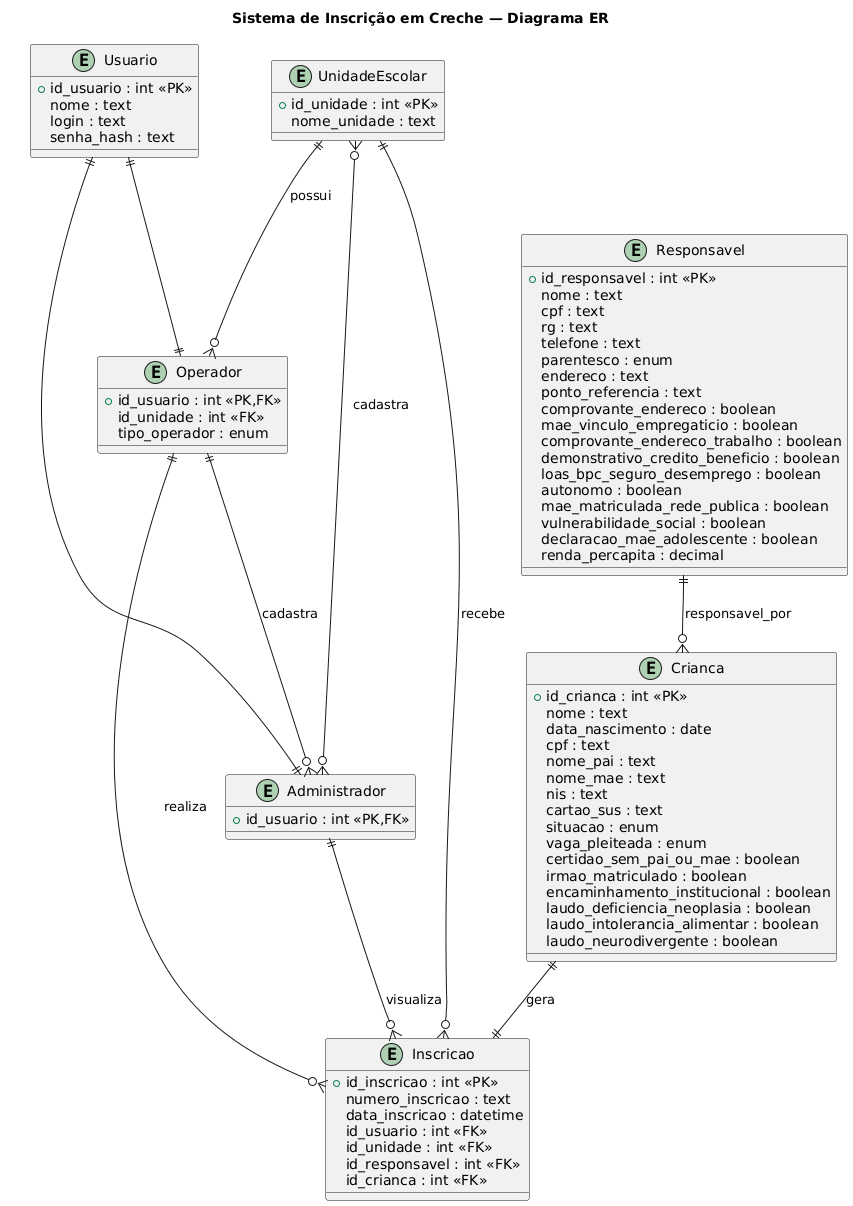
Before: docs/assets/der.png, a diagram exported from PlantUML (maxwelldeveloper7/vagas-creche).
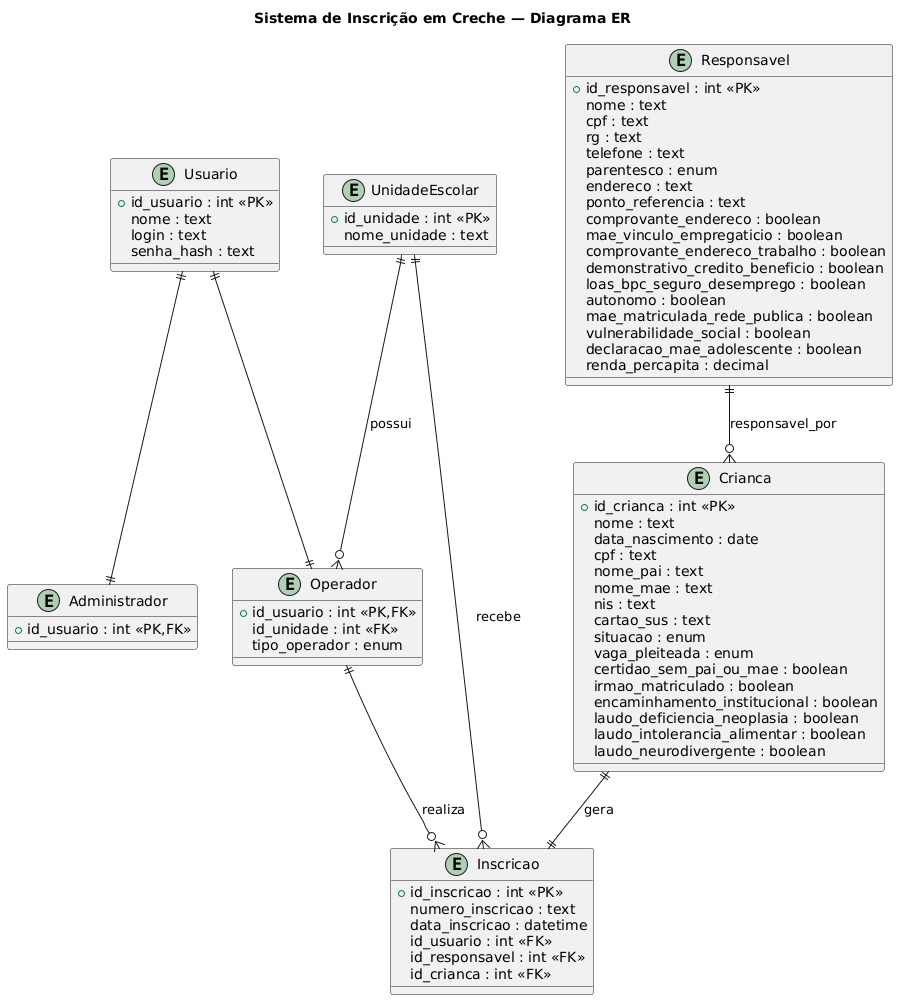
After the change.

The edit, as a diff of the source:
```diff
@@ -68,7 +68,6 @@
   numero_inscricao : text
   data_inscricao : datetime
   id_usuario : int <<FK>>
-  id_unidade : int <<FK>>
   id_responsavel : int <<FK>>
   id_crianca : int <<FK>>
 }
@@ -77,14 +76,11 @@
 Usuario ||--|| Operador
 
 UnidadeEscolar ||--o{ Operador : possui
-UnidadeEscolar }o--o{ Administrador : cadastra
 Operador ||--o{ Inscricao : realiza
-Operador ||--o{ Administrador : cadastra
 
 Responsavel ||--o{ Crianca : responsavel_por
 Crianca ||--|| Inscricao : gera
 
 UnidadeEscolar ||--o{ Inscricao : recebe
-Administrador ||--o{ Inscricao : visualiza
 
 @enduml
```
